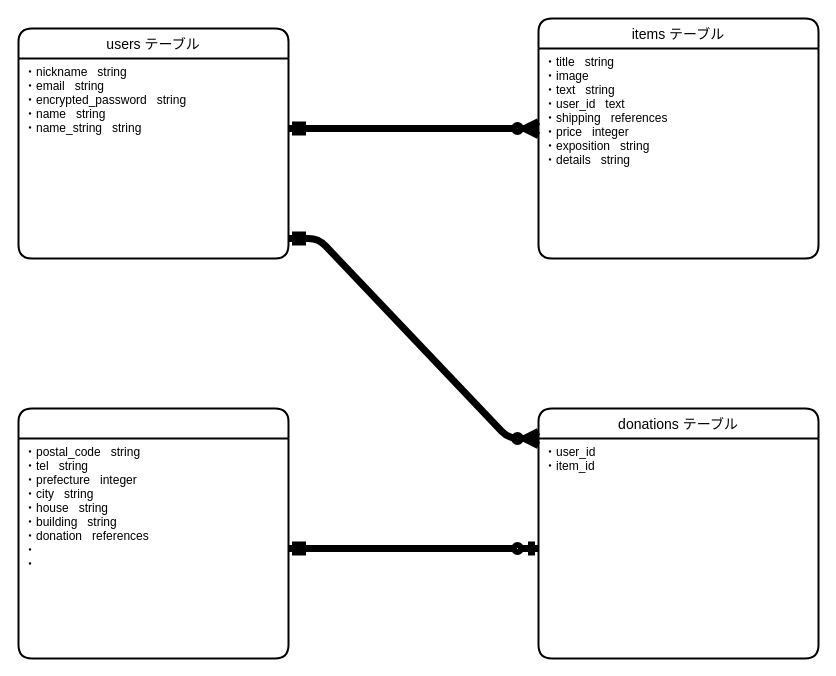
The draw.io diagram text.dio in mumusanaominn/furima-35950, before the edit. Source tidied: cells renumbered, new cells numbered last; positions are measured from the earlier drawing's top-left corner, leaving out a move shared by most shapes. Both pictures are drawn from the tidied source at 100%, with x=0, y=0 at pixel (18, 18).
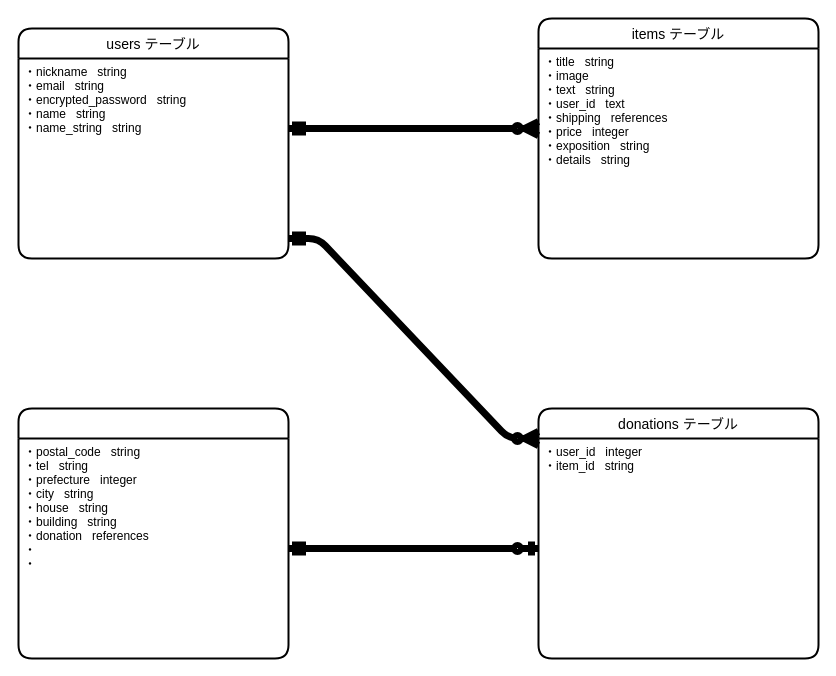
After the change.

Commit message:
データベース訂正

What changed in the source:
```diff
@@
 <mxGraphModel>
   <root>
     <mxCell id="0" />
     <mxCell id="1" parent="0" />
     <mxCell id="2" value="items テーブル" style="swimlane;horizontal=1;startSize=30;rounded=1;fontSize=14;fontStyle=0;strokeWidth=2;shadow=0;dashed=0;align=center;" parent="1" vertex="1">
       <mxGeometry x="520" width="280" height="240" as="geometry" />
     </mxCell>
     <mxCell id="3" value="・title   string&#10;・image&#10;・text   string&#10;・user_id   text&#10;・shipping   references&#10;・price   integer　&#10;・exposition   string&#10;・details   string" style="align=left;strokeColor=none;fillColor=none;spacingLeft=4;fontSize=12;verticalAlign=top;" parent="2" vertex="1">
       <mxGeometry y="30" width="280" height="210" as="geometry" />
     </mxCell>
     <mxCell id="4" value="users テーブル" style="swimlane;horizontal=1;startSize=30;rounded=1;fontSize=14;fontStyle=0;strokeWidth=2;shadow=0;dashed=0;align=center;" parent="1" vertex="1">
       <mxGeometry y="10" width="270" height="230" as="geometry" />
     </mxCell>
     <mxCell id="5" value="・nickname   string&#10;・email   string&#10;・encrypted_password   string&#10;・name   string&#10;・name_string   string" style="align=left;strokeColor=none;fillColor=none;spacingLeft=4;fontSize=12;verticalAlign=top;" parent="4" vertex="1">
       <mxGeometry y="30" width="270" height="200" as="geometry" />
     </mxCell>
     <mxCell id="6" value="addresses テーブル" style="swimlane;horizontal=1;startSize=30;rounded=1;fontSize=14;fontStyle=0;strokeWidth=2;shadow=0;dashed=0;align=center;fontColor=#FFFFFF;" parent="1" vertex="1">
       <mxGeometry y="390" width="270" height="250" as="geometry" />
     </mxCell>
     <mxCell id="7" value="・postal_code   string &#10;・tel   string &#10;・prefecture   integer&#10;・city   string &#10;・house   string &#10;・building   string &#10;・donation   references&#10;・&#10;・" style="align=left;strokeColor=none;fillColor=none;spacingLeft=4;fontSize=12;verticalAlign=top;" parent="6" vertex="1">
       <mxGeometry y="30" width="270" height="220" as="geometry" />
     </mxCell>
     <mxCell id="8" value="donations テーブル" style="swimlane;horizontal=1;startSize=30;rounded=1;fontSize=14;fontStyle=0;strokeWidth=2;shadow=0;dashed=0;align=center;" parent="1" vertex="1">
       <mxGeometry x="520" y="390" width="280" height="250" as="geometry" />
     </mxCell>
-    <mxCell id="9" value="・user_id&#10;・item_id&#10;" style="align=left;strokeColor=none;fillColor=none;spacingLeft=4;fontSize=12;verticalAlign=top;" parent="8" vertex="1">
+    <mxCell id="9" value="・user_id   integer&#10;・item_id   string&#10;" style="align=left;strokeColor=none;fillColor=none;spacingLeft=4;fontSize=12;verticalAlign=top;" parent="8" vertex="1">
       <mxGeometry y="30" width="280" height="220" as="geometry" />
     </mxCell>
     <mxCell id="10" style="edgeStyle=entityRelationEdgeStyle;fontSize=12;html=1;endArrow=ERzeroToMany;startArrow=ERmandOne;fontColor=#FFFFFF;jumpSize=15;targetPerimeterSpacing=3;entryX=0;entryY=0.381;entryDx=0;entryDy=0;entryPerimeter=0;strokeWidth=7;sourcePerimeterSpacing=3;" parent="1" edge="1" target="3">
       <mxGeometry relative="1" as="geometry">
         <mxPoint x="270" y="110" as="sourcePoint" />
       </mxGeometry>
     </mxCell>
     <mxCell id="11" value="&lt;br&gt;" style="edgeLabel;html=1;align=center;verticalAlign=middle;fontColor=#FFFFFF;" parent="10" vertex="1">
       <mxGeometry x="0.33" y="-4" relative="1" as="geometry" />
     </mxCell>
     <mxCell id="12" style="edgeStyle=entityRelationEdgeStyle;fontSize=12;html=1;endArrow=ERzeroToMany;startArrow=ERmandOne;fontColor=#FFFFFF;sourcePerimeterSpacing=3;targetPerimeterSpacing=3;strokeWidth=7;entryX=0;entryY=0;entryDx=0;entryDy=0;" parent="1" edge="1" target="9">
       <mxGeometry relative="1" as="geometry">
         <mxPoint x="270" y="220" as="sourcePoint" />
       </mxGeometry>
     </mxCell>
     <mxCell id="13" style="edgeStyle=entityRelationEdgeStyle;fontSize=12;html=1;endArrow=ERzeroToOne;startArrow=ERmandOne;fontColor=#FFFFFF;sourcePerimeterSpacing=3;targetPerimeterSpacing=3;strokeWidth=7;entryX=0;entryY=0.5;entryDx=0;entryDy=0;entryPerimeter=0;" parent="1" edge="1" target="9">
       <mxGeometry relative="1" as="geometry">
         <mxPoint x="270" y="530" as="sourcePoint" />
       </mxGeometry>
     </mxCell>
   </root>
 </mxGraphModel>
```
